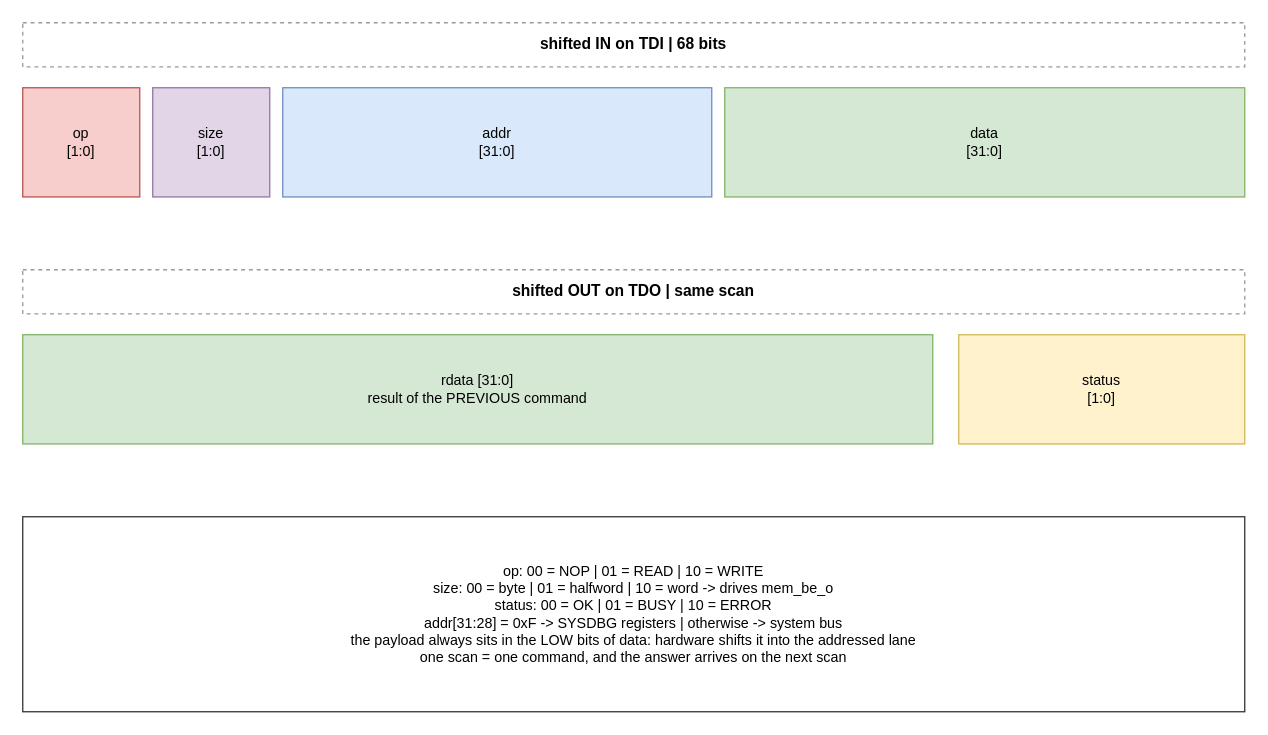
The draw.io diagram page "JTAG command format" (2 of 5) of doc/drawio/QNSC_SYSDBG_Design.drawio in quynhonsemiconductor/vlsi_deep_training, before the edit. Source tidied: cells renumbered, new cells numbered last; positions are measured from the earlier drawing's top-left corner, leaving out a move shared by most shapes. Both pictures are drawn from the tidied source at 130%, with x=0, y=0 at pixel (22, 22).
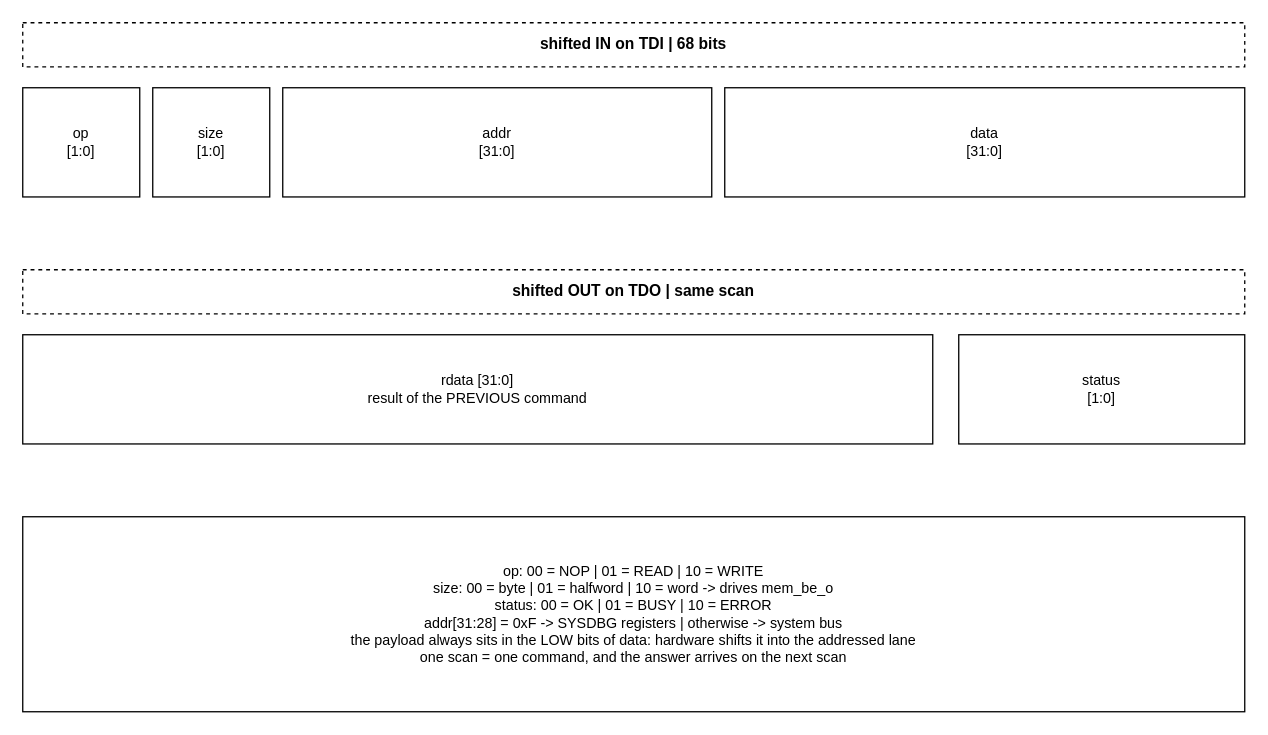
The same diagram, later.

Diff of the diagram source:
```diff
@@
 <mxGraphModel>
   <root>
     <mxCell id="0" />
     <mxCell id="1" parent="0" />
-    <mxCell id="2" value="shifted IN on TDI  |  68 bits" style="rounded=0;whiteSpace=wrap;html=1;fillColor=none;strokeColor=#999999;fontSize=12;dashed=1;fontStyle=1;verticalAlign=middle;" parent="1" vertex="1">
+    <mxCell id="2" value="shifted IN on TDI  |  68 bits" style="rounded=0;whiteSpace=wrap;html=1;fillColor=none;strokeColor=#000000;fontSize=12;dashed=1;fontStyle=1;verticalAlign=middle;" parent="1" vertex="1">
       <mxGeometry width="940" height="34" as="geometry" />
     </mxCell>
-    <mxCell id="3" value="op&#10;[1:0]" style="rounded=0;whiteSpace=wrap;html=1;fillColor=#f8cecc;strokeColor=#b85450;fontSize=11;dashed=0;verticalAlign=middle;" parent="1" vertex="1">
+    <mxCell id="3" value="op&#10;[1:0]" style="rounded=0;whiteSpace=wrap;html=1;fillColor=#ffffff;strokeColor=#000000;fontSize=11;dashed=0;verticalAlign=middle;" parent="1" vertex="1">
       <mxGeometry y="50" width="90" height="84" as="geometry" />
     </mxCell>
-    <mxCell id="4" value="size&#10;[1:0]" style="rounded=0;whiteSpace=wrap;html=1;fillColor=#e1d5e7;strokeColor=#9673a6;fontSize=11;dashed=0;verticalAlign=middle;" parent="1" vertex="1">
+    <mxCell id="4" value="size&#10;[1:0]" style="rounded=0;whiteSpace=wrap;html=1;fillColor=#ffffff;strokeColor=#000000;fontSize=11;dashed=0;verticalAlign=middle;" parent="1" vertex="1">
       <mxGeometry x="100" y="50" width="90" height="84" as="geometry" />
     </mxCell>
-    <mxCell id="5" value="addr&#10;[31:0]" style="rounded=0;whiteSpace=wrap;html=1;fillColor=#dae8fc;strokeColor=#6c8ebf;fontSize=11;dashed=0;verticalAlign=middle;" parent="1" vertex="1">
+    <mxCell id="5" value="addr&#10;[31:0]" style="rounded=0;whiteSpace=wrap;html=1;fillColor=#ffffff;strokeColor=#000000;fontSize=11;dashed=0;verticalAlign=middle;" parent="1" vertex="1">
       <mxGeometry x="200" y="50" width="330" height="84" as="geometry" />
     </mxCell>
-    <mxCell id="6" value="data&#10;[31:0]" style="rounded=0;whiteSpace=wrap;html=1;fillColor=#d5e8d4;strokeColor=#82b366;fontSize=11;dashed=0;verticalAlign=middle;" parent="1" vertex="1">
+    <mxCell id="6" value="data&#10;[31:0]" style="rounded=0;whiteSpace=wrap;html=1;fillColor=#ffffff;strokeColor=#000000;fontSize=11;dashed=0;verticalAlign=middle;" parent="1" vertex="1">
       <mxGeometry x="540" y="50" width="400" height="84" as="geometry" />
     </mxCell>
-    <mxCell id="7" value="shifted OUT on TDO  |  same scan" style="rounded=0;whiteSpace=wrap;html=1;fillColor=none;strokeColor=#999999;fontSize=12;dashed=1;fontStyle=1;verticalAlign=middle;" parent="1" vertex="1">
+    <mxCell id="7" value="shifted OUT on TDO  |  same scan" style="rounded=0;whiteSpace=wrap;html=1;fillColor=none;strokeColor=#000000;fontSize=12;dashed=1;fontStyle=1;verticalAlign=middle;" parent="1" vertex="1">
       <mxGeometry y="190" width="940" height="34" as="geometry" />
     </mxCell>
-    <mxCell id="8" value="rdata [31:0]&#10;result of the PREVIOUS command" style="rounded=0;whiteSpace=wrap;html=1;fillColor=#d5e8d4;strokeColor=#82b366;fontSize=11;dashed=0;verticalAlign=middle;" parent="1" vertex="1">
+    <mxCell id="8" value="rdata [31:0]&#10;result of the PREVIOUS command" style="rounded=0;whiteSpace=wrap;html=1;fillColor=#ffffff;strokeColor=#000000;fontSize=11;dashed=0;verticalAlign=middle;" parent="1" vertex="1">
       <mxGeometry y="240" width="700" height="84" as="geometry" />
     </mxCell>
-    <mxCell id="9" value="status&#10;[1:0]" style="rounded=0;whiteSpace=wrap;html=1;fillColor=#fff2cc;strokeColor=#d6b656;fontSize=11;dashed=0;verticalAlign=middle;" parent="1" vertex="1">
+    <mxCell id="9" value="status&#10;[1:0]" style="rounded=0;whiteSpace=wrap;html=1;fillColor=#ffffff;strokeColor=#000000;fontSize=11;dashed=0;verticalAlign=middle;" parent="1" vertex="1">
       <mxGeometry x="720" y="240" width="220" height="84" as="geometry" />
     </mxCell>
-    <mxCell id="10" value="op:  00 = NOP   |   01 = READ   |   10 = WRITE&#10;size:  00 = byte   |   01 = halfword   |   10 = word   -&gt;  drives mem_be_o&#10;status:  00 = OK   |   01 = BUSY   |   10 = ERROR&#10;addr[31:28] = 0xF  -&gt;  SYSDBG registers   |   otherwise  -&gt;  system bus&#10;the payload always sits in the LOW bits of data: hardware shifts it into the addressed lane&#10;one scan = one command, and the answer arrives on the next scan" style="rounded=0;whiteSpace=wrap;html=1;fillColor=#ffffff;strokeColor=#333333;fontSize=11;dashed=0;verticalAlign=middle;" parent="1" vertex="1">
+    <mxCell id="10" value="op:  00 = NOP   |   01 = READ   |   10 = WRITE&#10;size:  00 = byte   |   01 = halfword   |   10 = word   -&gt;  drives mem_be_o&#10;status:  00 = OK   |   01 = BUSY   |   10 = ERROR&#10;addr[31:28] = 0xF  -&gt;  SYSDBG registers   |   otherwise  -&gt;  system bus&#10;the payload always sits in the LOW bits of data: hardware shifts it into the addressed lane&#10;one scan = one command, and the answer arrives on the next scan" style="rounded=0;whiteSpace=wrap;html=1;fillColor=#ffffff;strokeColor=#000000;fontSize=11;dashed=0;verticalAlign=middle;" parent="1" vertex="1">
       <mxGeometry y="380" width="940" height="150" as="geometry" />
     </mxCell>
   </root>
 </mxGraphModel>
```
